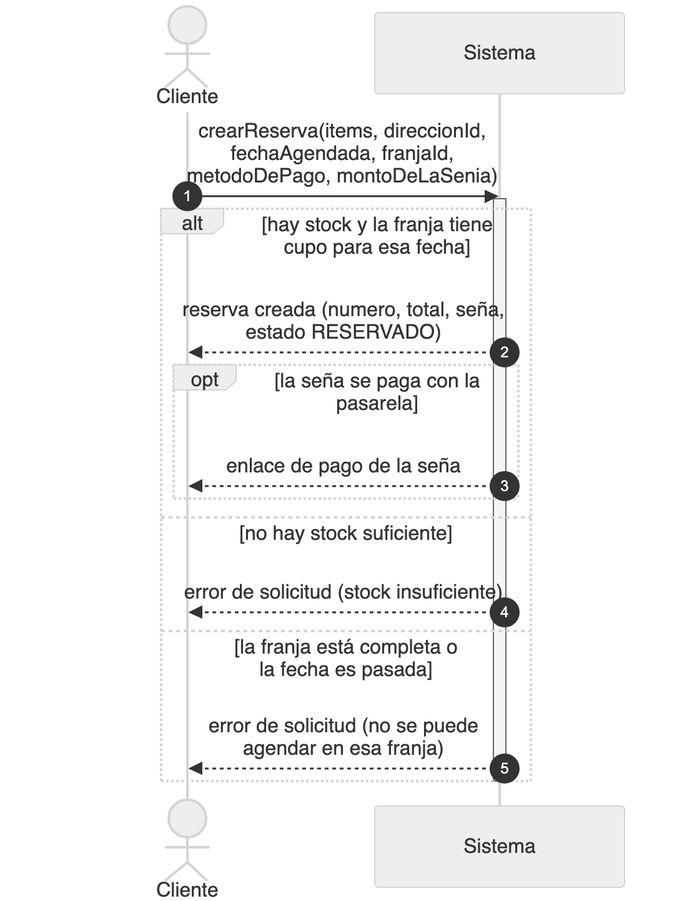
Above: diagramas/png/DSS_CU-072_Crear-Reserva-Programada-Con-Sena.png in Nahuelito-Dev/splg-docs (Mermaid), before the change. Its source is kept beside it as diagramas/DSS_CU-072_Crear-Reserva-Programada-Con-Sena.mmd.
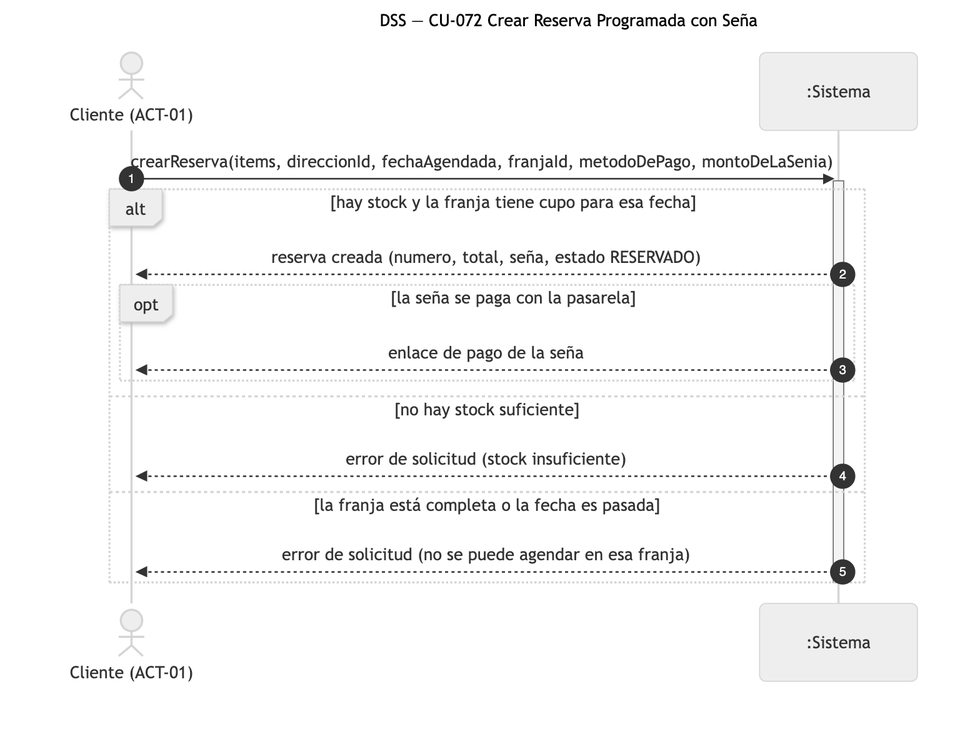
Later version of the same file.

Change to the diagram source:
```diff
@@ -1,8 +1,8 @@
 sequenceDiagram
-    title DSS — CU-072 Crear Reserva Programada Con Sena
+    title DSS — CU-072 Crear Reserva Programada con Seña
     autonumber
-    actor CLI as Cliente
-    participant SIS as Sistema
+    actor CLI as Cliente (ACT-01)
+    participant SIS as :Sistema
 
     CLI->>SIS: crearReserva(items, direccionId, fechaAgendada, franjaId, metodoDePago, montoDeLaSenia)
     activate SIS
```
